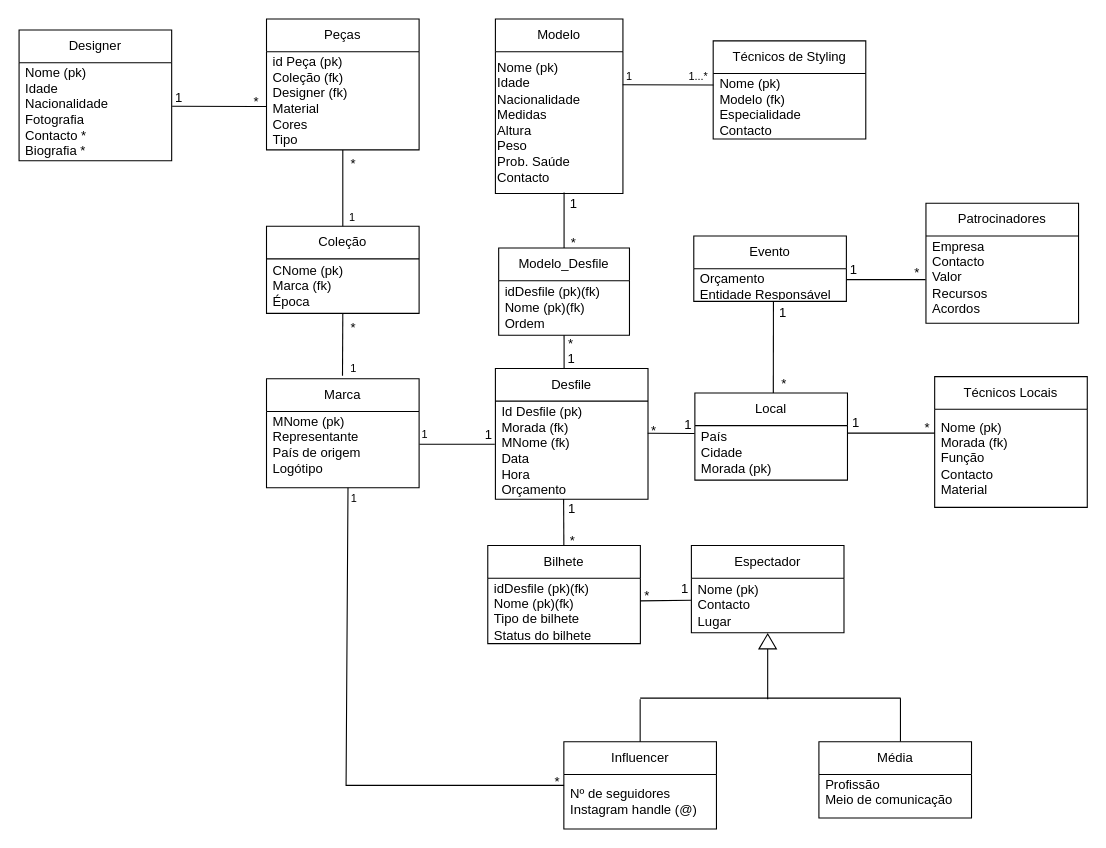
Before: uml_database.drawio in le0nor/BD2425-707, a draw.io diagram. Source tidied: cells renumbered, new cells numbered last; positions are measured from the earlier drawing's top-left corner, leaving out a move shared by most shapes. Both pictures are drawn from the tidied source at 109%, with x=0, y=0 at pixel (19, 19).
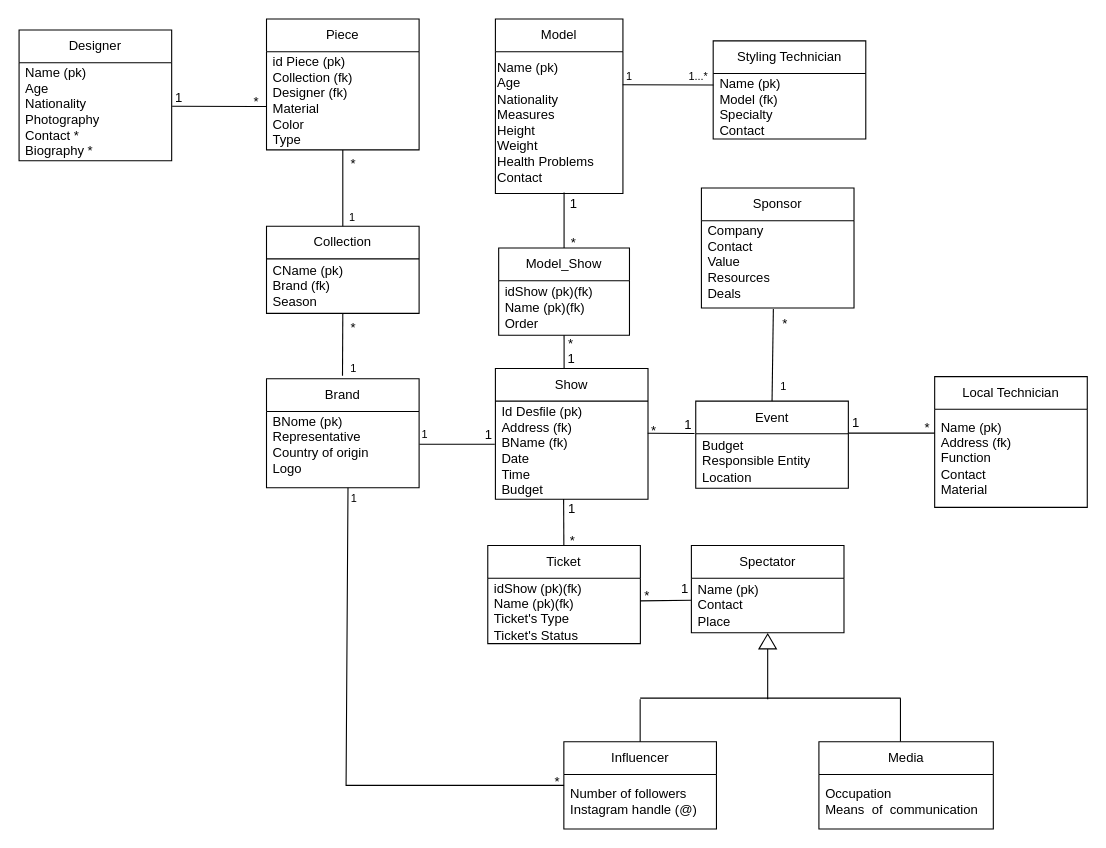
The same diagram, later.

Unchanged cells that the change refers to:
```xml
<mxCell id="10" value="Designer" style="swimlane;fontStyle=0;horizontal=1;startSize=30;whiteSpace=wrap;html=1;" parent="1" vertex="1">
  <mxGeometry y="10" width="140" height="120" as="geometry" />
</mxCell>
<mxCell id="18" value="Influencer" style="swimlane;fontStyle=0;horizontal=1;startSize=30;whiteSpace=wrap;html=1;" parent="1" vertex="1">
  <mxGeometry x="499.8" y="663" width="140" height="80" as="geometry" />
</mxCell>
```

Diff of the diagram source:
```diff
@@
-    <mxCell id="2" value="Marca" style="swimlane;fontStyle=0;horizontal=1;startSize=30;whiteSpace=wrap;html=1;" parent="1" vertex="1">
+    <mxCell id="2" value="Brand" style="swimlane;fontStyle=0;horizontal=1;startSize=30;whiteSpace=wrap;html=1;" parent="1" vertex="1">
       <mxGeometry x="227" y="330" width="140" height="100" as="geometry" />
     </mxCell>
-    <mxCell id="3" value="MNome (pk)&lt;div&gt;Representante&amp;nbsp;&lt;/div&gt;&lt;div&gt;País de origem&lt;/div&gt;&lt;div&gt;Logótipo&lt;/div&gt;&lt;div&gt;&lt;br&gt;&lt;/div&gt;" style="text;strokeColor=none;fillColor=none;align=left;verticalAlign=middle;spacingLeft=4;spacingRight=4;overflow=hidden;points=[[0,0.5],[1,0.5]];portConstraint=eastwest;whiteSpace=wrap;html=1;" parent="2" vertex="1">
+    <mxCell id="3" value="BNome (pk)&lt;div&gt;Representative&amp;nbsp;&lt;/div&gt;&lt;div&gt;Country of origin&lt;/div&gt;&lt;div&gt;Logo&lt;/div&gt;&lt;div&gt;&lt;br&gt;&lt;/div&gt;" style="text;strokeColor=none;fillColor=none;align=left;verticalAlign=middle;spacingLeft=4;spacingRight=4;overflow=hidden;points=[[0,0.5],[1,0.5]];portConstraint=eastwest;whiteSpace=wrap;html=1;" parent="2" vertex="1">
       <mxGeometry y="30" width="140" height="70" as="geometry" />
     </mxCell>
-    <mxCell id="4" value="Desfile" style="swimlane;fontStyle=0;horizontal=1;startSize=30;whiteSpace=wrap;html=1;" parent="1" vertex="1">
+    <mxCell id="4" value="Show" style="swimlane;fontStyle=0;horizontal=1;startSize=30;whiteSpace=wrap;html=1;" parent="1" vertex="1">
       <mxGeometry x="437" y="320.5" width="140" height="120" as="geometry" />
     </mxCell>
-    <mxCell id="5" value="&lt;div&gt;&lt;span style=&quot;background-color: initial;&quot;&gt;Id Desfile (pk&lt;/span&gt;&lt;span style=&quot;background-color: initial;&quot;&gt;)&lt;/span&gt;&lt;/div&gt;&lt;div&gt;&lt;span style=&quot;background-color: initial;&quot;&gt;Morada (fk)&lt;/span&gt;&lt;/div&gt;&lt;div&gt;&lt;span style=&quot;background-color: initial;&quot;&gt;MNome (fk)&lt;/span&gt;&lt;/div&gt;Data&amp;nbsp;&lt;div&gt;Hora&lt;/div&gt;&lt;div&gt;Orçamento&lt;/div&gt;" style="text;strokeColor=none;fillColor=none;align=left;verticalAlign=middle;spacingLeft=4;spacingRight=4;overflow=hidden;points=[[0,0.5],[1,0.5]];portConstraint=eastwest;whiteSpace=wrap;html=1;" parent="4" vertex="1">
+    <mxCell id="5" value="&lt;div&gt;&lt;span style=&quot;background-color: initial;&quot;&gt;Id Desfile (pk&lt;/span&gt;&lt;span style=&quot;background-color: initial;&quot;&gt;)&lt;/span&gt;&lt;/div&gt;&lt;div&gt;&lt;span style=&quot;background-color: initial;&quot;&gt;Address (fk)&lt;/span&gt;&lt;/div&gt;&lt;div&gt;&lt;span style=&quot;background-color: initial;&quot;&gt;BName (fk)&lt;/span&gt;&lt;/div&gt;Date&amp;nbsp;&lt;div&gt;Time&lt;/div&gt;&lt;div&gt;Budget&lt;/div&gt;" style="text;strokeColor=none;fillColor=none;align=left;verticalAlign=middle;spacingLeft=4;spacingRight=4;overflow=hidden;points=[[0,0.5],[1,0.5]];portConstraint=eastwest;whiteSpace=wrap;html=1;" parent="4" vertex="1">
       <mxGeometry y="30" width="140" height="90" as="geometry" />
     </mxCell>
-    <mxCell id="6" value="Coleção" style="swimlane;fontStyle=0;horizontal=1;startSize=30;whiteSpace=wrap;html=1;" parent="1" vertex="1">
+    <mxCell id="6" value="Collection" style="swimlane;fontStyle=0;horizontal=1;startSize=30;whiteSpace=wrap;html=1;" parent="1" vertex="1">
       <mxGeometry x="227" y="190" width="140" height="80" as="geometry" />
     </mxCell>
-    <mxCell id="7" value="CNome (pk)&lt;div&gt;Marca (fk)&lt;br&gt;&lt;div&gt;Época&lt;/div&gt;&lt;/div&gt;" style="text;strokeColor=none;fillColor=none;align=left;verticalAlign=middle;spacingLeft=4;spacingRight=4;overflow=hidden;whiteSpace=wrap;html=1;" parent="6" vertex="1">
+    <mxCell id="7" value="CName (pk)&lt;div&gt;Brand (fk)&lt;br&gt;&lt;div&gt;Season&lt;/div&gt;&lt;/div&gt;" style="text;strokeColor=none;fillColor=none;align=left;verticalAlign=middle;spacingLeft=4;spacingRight=4;overflow=hidden;whiteSpace=wrap;html=1;" parent="6" vertex="1">
       <mxGeometry y="30" width="140" height="50" as="geometry" />
     </mxCell>
-    <mxCell id="8" value="Peças" style="swimlane;fontStyle=0;horizontal=1;startSize=30;whiteSpace=wrap;html=1;" parent="1" vertex="1">
+    <mxCell id="8" value="Piece" style="swimlane;fontStyle=0;horizontal=1;startSize=30;whiteSpace=wrap;html=1;" parent="1" vertex="1">
       <mxGeometry x="227" width="140" height="120" as="geometry" />
     </mxCell>
-    <mxCell id="9" value="id Peça (pk)&lt;div&gt;Coleção (fk)&lt;/div&gt;&lt;div&gt;Designer (fk)&lt;br&gt;&lt;div&gt;Material&amp;nbsp;&lt;/div&gt;&lt;div&gt;Cores&amp;nbsp;&lt;/div&gt;&lt;div&gt;Tipo&lt;/div&gt;&lt;/div&gt;" style="text;strokeColor=none;fillColor=none;align=left;verticalAlign=middle;spacingLeft=4;spacingRight=4;overflow=hidden;whiteSpace=wrap;html=1;" parent="8" vertex="1">
+    <mxCell id="9" value="id Piece (pk)&lt;div&gt;Collection (fk)&lt;/div&gt;&lt;div&gt;Designer (fk)&lt;br&gt;&lt;div&gt;Material&amp;nbsp;&lt;/div&gt;&lt;div&gt;Color&lt;/div&gt;&lt;div&gt;Type&lt;/div&gt;&lt;/div&gt;" style="text;strokeColor=none;fillColor=none;align=left;verticalAlign=middle;spacingLeft=4;spacingRight=4;overflow=hidden;whiteSpace=wrap;html=1;" parent="8" vertex="1">
       <mxGeometry y="30" width="140" height="90" as="geometry" />
     </mxCell>
@@
-    <mxCell id="11" value="Nome (pk)&lt;div&gt;Idade&lt;/div&gt;&lt;div&gt;Nacionalidade&lt;/div&gt;&lt;div&gt;Fotografia&lt;/div&gt;&lt;div&gt;Contacto *&lt;/div&gt;&lt;div&gt;Biografia *&lt;/div&gt;" style="text;strokeColor=none;fillColor=none;align=left;verticalAlign=middle;spacingLeft=4;spacingRight=4;overflow=hidden;points=[[0,0.5],[1,0.5]];portConstraint=eastwest;whiteSpace=wrap;html=1;" parent="10" vertex="1">
+    <mxCell id="11" value="Name (pk)&lt;div&gt;Age&lt;/div&gt;&lt;div&gt;Nationality&lt;/div&gt;&lt;div&gt;Photography&lt;/div&gt;&lt;div&gt;Contact *&lt;/div&gt;&lt;div&gt;Biography *&lt;/div&gt;" style="text;strokeColor=none;fillColor=none;align=left;verticalAlign=middle;spacingLeft=4;spacingRight=4;overflow=hidden;points=[[0,0.5],[1,0.5]];portConstraint=eastwest;whiteSpace=wrap;html=1;" parent="10" vertex="1">
       <mxGeometry y="30" width="140" height="90" as="geometry" />
     </mxCell>
@@
-    <mxCell id="14" value="Técnicos de Styling" style="swimlane;fontStyle=0;horizontal=1;startSize=30;whiteSpace=wrap;html=1;" parent="1" vertex="1">
+    <mxCell id="14" value="Styling Technician" style="swimlane;fontStyle=0;horizontal=1;startSize=30;whiteSpace=wrap;html=1;" parent="1" vertex="1">
       <mxGeometry x="636.8" y="20" width="140" height="90" as="geometry" />
     </mxCell>
-    <mxCell id="15" value="Nome (pk)&lt;div&gt;Modelo (fk)&lt;br&gt;&lt;div&gt;Especialidade&lt;/div&gt;&lt;div&gt;Contacto&lt;/div&gt;&lt;/div&gt;" style="text;strokeColor=none;fillColor=none;align=left;verticalAlign=middle;spacingLeft=4;spacingRight=4;overflow=hidden;whiteSpace=wrap;html=1;" parent="14" vertex="1">
+    <mxCell id="15" value="Name (pk)&lt;div&gt;Model (fk)&lt;br&gt;&lt;div&gt;Specialty&lt;/div&gt;&lt;div&gt;Contact&lt;/div&gt;&lt;/div&gt;" style="text;strokeColor=none;fillColor=none;align=left;verticalAlign=middle;spacingLeft=4;spacingRight=4;overflow=hidden;whiteSpace=wrap;html=1;" parent="14" vertex="1">
       <mxGeometry y="30" width="140" height="60" as="geometry" />
     </mxCell>
@@
-    <mxCell id="19" value="&lt;div&gt;&lt;span style=&quot;background-color: initial;&quot;&gt;Nº de seguidores&lt;/span&gt;&lt;br&gt;&lt;/div&gt;&lt;div&gt;Instagram handle (@)&lt;/div&gt;" style="text;strokeColor=none;fillColor=none;align=left;verticalAlign=middle;spacingLeft=4;spacingRight=4;overflow=hidden;whiteSpace=wrap;html=1;" parent="18" vertex="1">
+    <mxCell id="19" value="&lt;div&gt;Number of followers&lt;/div&gt;&lt;div&gt;Instagram handle (@)&lt;/div&gt;" style="text;strokeColor=none;fillColor=none;align=left;verticalAlign=middle;spacingLeft=4;spacingRight=4;overflow=hidden;whiteSpace=wrap;html=1;" parent="18" vertex="1">
       <mxGeometry y="30" width="140" height="50" as="geometry" />
     </mxCell>
@@
-    <mxCell id="23" value="Média" style="swimlane;fontStyle=0;horizontal=1;startSize=30;whiteSpace=wrap;html=1;" parent="1" vertex="1">
-      <mxGeometry x="733.8" y="663" width="140" height="70" as="geometry" />
+    <mxCell id="23" value="Media" style="swimlane;fontStyle=0;horizontal=1;startSize=30;whiteSpace=wrap;html=1;" parent="1" vertex="1">
+      <mxGeometry x="733.8" y="663" width="160" height="80" as="geometry" />
     </mxCell>
-    <mxCell id="24" value="&lt;div&gt;Profissão&lt;/div&gt;&lt;div&gt;Meio de comunicação&lt;/div&gt;&lt;div&gt;&lt;div&gt;&lt;br&gt;&lt;/div&gt;&lt;/div&gt;" style="text;strokeColor=none;fillColor=none;align=left;verticalAlign=middle;spacingLeft=4;spacingRight=4;overflow=hidden;whiteSpace=wrap;html=1;" parent="23" vertex="1">
-      <mxGeometry y="30" width="140" height="40" as="geometry" />
+    <mxCell id="24" value="&lt;div&gt;Occupation&lt;/div&gt;&lt;div&gt;Means&amp;nbsp; of&amp;nbsp; communication&lt;/div&gt;" style="text;strokeColor=none;fillColor=none;align=left;verticalAlign=middle;spacingLeft=4;spacingRight=4;overflow=hidden;whiteSpace=wrap;html=1;" parent="23" vertex="1">
+      <mxGeometry y="30" width="160" height="50" as="geometry" />
     </mxCell>
-    <mxCell id="25" value="Bilhete" style="swimlane;fontStyle=0;horizontal=1;startSize=30;whiteSpace=wrap;html=1;" parent="1" vertex="1">
+    <mxCell id="25" value="Ticket" style="swimlane;fontStyle=0;horizontal=1;startSize=30;whiteSpace=wrap;html=1;" parent="1" vertex="1">
       <mxGeometry x="430" y="483" width="140" height="90" as="geometry" />
     </mxCell>
-    <mxCell id="26" value="&lt;div&gt;idDesfile (pk)(fk)&lt;/div&gt;&lt;div&gt;Nome (pk)(fk)&lt;/div&gt;&lt;div&gt;Tipo de bilhete&lt;/div&gt;&lt;div&gt;Status do bilhete&lt;/div&gt;" style="text;strokeColor=none;fillColor=none;align=left;verticalAlign=middle;spacingLeft=4;spacingRight=4;overflow=hidden;points=[[0,0.5],[1,0.5]];portConstraint=eastwest;whiteSpace=wrap;html=1;" parent="25" vertex="1">
+    <mxCell id="26" value="&lt;div&gt;idShow (pk)(fk)&lt;/div&gt;&lt;div&gt;Name (pk)(fk)&lt;/div&gt;&lt;div&gt;&lt;span style=&quot;background-color: initial;&quot;&gt;Ticket's Type&lt;/span&gt;&lt;/div&gt;&lt;div&gt;&lt;span style=&quot;background-color: initial;&quot;&gt;Ticket's Status&amp;nbsp;&lt;/span&gt;&lt;br&gt;&lt;/div&gt;" style="text;strokeColor=none;fillColor=none;align=left;verticalAlign=middle;spacingLeft=4;spacingRight=4;overflow=hidden;points=[[0,0.5],[1,0.5]];portConstraint=eastwest;whiteSpace=wrap;html=1;" parent="25" vertex="1">
       <mxGeometry y="30" width="140" height="60" as="geometry" />
     </mxCell>
-    <mxCell id="27" value="Técnicos Locais" style="swimlane;fontStyle=0;horizontal=1;startSize=30;whiteSpace=wrap;html=1;" parent="1" vertex="1">
+    <mxCell id="27" value="Local Technician" style="swimlane;fontStyle=0;horizontal=1;startSize=30;whiteSpace=wrap;html=1;" parent="1" vertex="1">
       <mxGeometry x="840" y="328" width="140" height="120" as="geometry" />
     </mxCell>
-    <mxCell id="28" value="Nome (pk)&lt;div&gt;Morada (fk)&lt;br&gt;&lt;div&gt;Função&lt;/div&gt;&lt;div&gt;Contacto&lt;/div&gt;&lt;div&gt;Material&lt;/div&gt;&lt;/div&gt;" style="text;strokeColor=none;fillColor=none;align=left;verticalAlign=middle;spacingLeft=4;spacingRight=4;overflow=hidden;whiteSpace=wrap;html=1;" parent="27" vertex="1">
+    <mxCell id="28" value="Name (pk)&lt;div&gt;Address (fk)&lt;br&gt;&lt;div&gt;Function&lt;/div&gt;&lt;div&gt;Contact&lt;/div&gt;&lt;div&gt;Material&lt;/div&gt;&lt;/div&gt;" style="text;strokeColor=none;fillColor=none;align=left;verticalAlign=middle;spacingLeft=4;spacingRight=4;overflow=hidden;whiteSpace=wrap;html=1;" parent="27" vertex="1">
       <mxGeometry y="30" width="140" height="90" as="geometry" />
     </mxCell>
-    <mxCell id="29" value="Modelo" style="swimlane;fontStyle=0;horizontal=1;startSize=30;whiteSpace=wrap;html=1;" parent="1" vertex="1">
+    <mxCell id="29" value="Model" style="swimlane;fontStyle=0;horizontal=1;startSize=30;whiteSpace=wrap;html=1;" parent="1" vertex="1">
       <mxGeometry x="437" width="117" height="160" as="geometry" />
     </mxCell>
-    <mxCell id="30" value="&lt;div style=&quot;&quot;&gt;Nome (pk)&lt;div&gt;Idade&amp;nbsp;&lt;/div&gt;&lt;div&gt;Nacionalidade&lt;/div&gt;&lt;div&gt;Medidas&lt;/div&gt;&lt;div&gt;Altura&amp;nbsp;&lt;/div&gt;&lt;div&gt;Peso&lt;/div&gt;&lt;div&gt;Prob. Saúde&lt;/div&gt;&lt;div&gt;Contacto&lt;/div&gt;&lt;/div&gt;" style="text;html=1;align=left;verticalAlign=middle;points=[];strokeColor=none;fillColor=none;" parent="29" vertex="1">
+    <mxCell id="30" value="&lt;div style=&quot;&quot;&gt;Name (pk)&lt;div&gt;Age&lt;/div&gt;&lt;div&gt;Nationality&lt;/div&gt;&lt;div&gt;Measures&lt;/div&gt;&lt;div&gt;Height&lt;/div&gt;&lt;div&gt;Weight&lt;/div&gt;&lt;div&gt;Health Problems&lt;/div&gt;&lt;div&gt;Contact&lt;/div&gt;&lt;/div&gt;" style="text;html=1;align=left;verticalAlign=middle;points=[];strokeColor=none;fillColor=none;" parent="29" vertex="1">
       <mxGeometry y="30" width="117" height="130" as="geometry" />
     </mxCell>
@@
-    <mxCell id="32" value="Espectador" style="swimlane;fontStyle=0;horizontal=1;startSize=30;whiteSpace=wrap;html=1;" parent="1" vertex="1">
+    <mxCell id="32" value="Spectator" style="swimlane;fontStyle=0;horizontal=1;startSize=30;whiteSpace=wrap;html=1;" parent="1" vertex="1">
       <mxGeometry x="616.8" y="483" width="140" height="80" as="geometry" />
     </mxCell>
-    <mxCell id="33" value="Nome (pk)&lt;div&gt;Contacto&lt;/div&gt;&lt;div&gt;Lugar&lt;/div&gt;" style="text;strokeColor=none;fillColor=none;align=left;verticalAlign=middle;spacingLeft=4;spacingRight=4;overflow=hidden;points=[[0,0.5],[1,0.5]];portConstraint=eastwest;whiteSpace=wrap;html=1;" parent="32" vertex="1">
+    <mxCell id="33" value="Name (pk)&lt;div&gt;Contact&lt;/div&gt;&lt;div&gt;Place&lt;/div&gt;" style="text;strokeColor=none;fillColor=none;align=left;verticalAlign=middle;spacingLeft=4;spacingRight=4;overflow=hidden;points=[[0,0.5],[1,0.5]];portConstraint=eastwest;whiteSpace=wrap;html=1;" parent="32" vertex="1">
       <mxGeometry y="30" width="140" height="50" as="geometry" />
     </mxCell>
@@
-    <mxCell id="51" value="Modelo_Desfile" style="swimlane;fontStyle=0;horizontal=1;startSize=30;whiteSpace=wrap;html=1;" parent="1" vertex="1">
+    <mxCell id="51" value="Model_Show" style="swimlane;fontStyle=0;horizontal=1;startSize=30;whiteSpace=wrap;html=1;" parent="1" vertex="1">
       <mxGeometry x="440" y="210" width="120" height="80" as="geometry" />
     </mxCell>
-    <mxCell id="52" value="idDesfile (pk)(fk)&lt;div&gt;Nome (pk)(fk)&lt;/div&gt;&lt;div&gt;Ordem&amp;nbsp;&lt;/div&gt;" style="text;strokeColor=none;fillColor=none;align=left;verticalAlign=middle;spacingLeft=4;spacingRight=4;overflow=hidden;whiteSpace=wrap;html=1;" parent="51" vertex="1">
+    <mxCell id="52" value="idShow (pk)(fk)&lt;div&gt;Name (pk)(fk)&lt;/div&gt;&lt;div&gt;Order&amp;nbsp;&lt;/div&gt;" style="text;strokeColor=none;fillColor=none;align=left;verticalAlign=middle;spacingLeft=4;spacingRight=4;overflow=hidden;whiteSpace=wrap;html=1;" parent="51" vertex="1">
       <mxGeometry y="30" width="120" height="50" as="geometry" />
     </mxCell>
@@
-    <mxCell id="61" style="endArrow=none;html=1;rounded=0;exitX=0.998;exitY=0.327;exitDx=0;exitDy=0;exitPerimeter=0;entryX=-0.002;entryY=0.145;entryDx=0;entryDy=0;entryPerimeter=0;" parent="1" edge="1" source="5" target="63">
-      <mxGeometry relative="1" as="geometry" />
+    <mxCell id="61" style="endArrow=none;html=1;rounded=0;exitX=0.998;exitY=0.327;exitDx=0;exitDy=0;exitPerimeter=0;entryX=-0.002;entryY=0.145;entryDx=0;entryDy=0;entryPerimeter=0;" parent="1" edge="1" source="5">
+      <mxGeometry relative="1" as="geometry">
+        <mxPoint x="619.7" y="380.2" as="targetPoint" />
+      </mxGeometry>
     </mxCell>
-    <mxCell id="62" value="Local" style="swimlane;fontStyle=0;horizontal=1;startSize=30;whiteSpace=wrap;html=1;" parent="1" vertex="1">
-      <mxGeometry x="620" y="343" width="140" height="80" as="geometry" />
-    </mxCell>
-    <mxCell id="63" value="País&lt;div&gt;Cidade&lt;/div&gt;&lt;div&gt;&lt;span style=&quot;background-color: initial;&quot;&gt;Morada (pk)&lt;/span&gt;&lt;/div&gt;" style="text;strokeColor=none;fillColor=none;align=left;verticalAlign=middle;spacingLeft=4;spacingRight=4;overflow=hidden;points=[[0,0.5],[1,0.5]];portConstraint=eastwest;whiteSpace=wrap;html=1;" parent="62" vertex="1">
-      <mxGeometry y="30" width="140" height="50" as="geometry" />
-    </mxCell>
@@
-    <mxCell id="72" value="Evento" style="swimlane;fontStyle=0;horizontal=1;startSize=30;whiteSpace=wrap;html=1;" parent="1" vertex="1">
-      <mxGeometry x="619" y="199" width="140" height="60" as="geometry" />
+    <mxCell id="72" value="Event" style="swimlane;fontStyle=0;horizontal=1;startSize=30;whiteSpace=wrap;html=1;" parent="1" vertex="1">
+      <mxGeometry x="620.8" y="350.5" width="140" height="80" as="geometry" />
     </mxCell>
-    <mxCell id="73" value="Orçamento&lt;div&gt;Entidade Responsável&lt;/div&gt;" style="text;strokeColor=none;fillColor=none;align=left;verticalAlign=middle;spacingLeft=4;spacingRight=4;overflow=hidden;points=[[0,0.5],[1,0.5]];portConstraint=eastwest;whiteSpace=wrap;html=1;" parent="72" vertex="1">
-      <mxGeometry y="30" width="140" height="30" as="geometry" />
+    <mxCell id="73" value="&lt;div&gt;Budget&lt;/div&gt;&lt;div&gt;Responsible Entity&lt;/div&gt;&lt;div&gt;Location&lt;/div&gt;" style="text;strokeColor=none;fillColor=none;align=left;verticalAlign=middle;spacingLeft=4;spacingRight=4;overflow=hidden;points=[[0,0.5],[1,0.5]];portConstraint=eastwest;whiteSpace=wrap;html=1;" parent="72" vertex="1">
+      <mxGeometry y="30" width="140" height="50" as="geometry" />
     </mxCell>
-    <mxCell id="74" style="endArrow=none;html=1;rounded=0;entryX=0.522;entryY=1.012;entryDx=0;entryDy=0;entryPerimeter=0;exitX=0.514;exitY=0;exitDx=0;exitDy=0;exitPerimeter=0;" parent="1" edge="1" source="62" target="73">
-      <mxGeometry relative="1" as="geometry" />
+    <mxCell id="74" style="endArrow=none;html=1;rounded=0;entryX=0.5;entryY=0;entryDx=0;entryDy=0;exitX=0.514;exitY=0;exitDx=0;exitDy=0;exitPerimeter=0;" parent="1" edge="1" target="72">
+      <mxGeometry relative="1" as="geometry">
+        <mxPoint x="692" y="266" as="sourcePoint" />
+      </mxGeometry>
     </mxCell>
-    <mxCell id="75" value="1" style="text;html=1;align=center;verticalAlign=middle;whiteSpace=wrap;rounded=0;" parent="1" vertex="1">
-      <mxGeometry x="700" y="269" width="1" height="1" as="geometry" />
-    </mxCell>
     <mxCell id="76" value="*" style="text;html=1;align=center;verticalAlign=middle;whiteSpace=wrap;rounded=0;" parent="1" vertex="1">
-      <mxGeometry x="701" y="333" width="1" height="4" as="geometry" />
+      <mxGeometry x="702" y="278" width="1" height="4" as="geometry" />
     </mxCell>
-    <mxCell id="77" value="Patrocinadores" style="swimlane;fontStyle=0;horizontal=1;startSize=30;whiteSpace=wrap;html=1;" parent="1" vertex="1">
-      <mxGeometry x="832" y="169" width="140" height="110" as="geometry" />
+    <mxCell id="77" value="Sponsor" style="swimlane;fontStyle=0;horizontal=1;startSize=30;whiteSpace=wrap;html=1;" parent="1" vertex="1">
+      <mxGeometry x="626" y="155" width="140" height="110" as="geometry" />
     </mxCell>
-    <mxCell id="78" value="Empresa&lt;div&gt;Contacto&lt;/div&gt;&lt;div&gt;Valor&lt;/div&gt;&lt;div&gt;Recursos&lt;/div&gt;&lt;div&gt;Acordos&lt;/div&gt;&lt;div&gt;&lt;br&gt;&lt;/div&gt;" style="text;strokeColor=none;fillColor=none;align=left;verticalAlign=middle;spacingLeft=4;spacingRight=4;overflow=hidden;whiteSpace=wrap;html=1;" parent="77" vertex="1">
+    <mxCell id="78" value="&lt;div&gt;Company&lt;/div&gt;&lt;div&gt;Contact&lt;/div&gt;&lt;div&gt;Value&lt;/div&gt;&lt;div&gt;Resources&lt;/div&gt;&lt;div style=&quot;&quot;&gt;Deals&lt;/div&gt;&lt;div&gt;&lt;br&gt;&lt;/div&gt;" style="text;strokeColor=none;fillColor=none;align=left;verticalAlign=middle;spacingLeft=4;spacingRight=4;overflow=hidden;whiteSpace=wrap;html=1;" parent="77" vertex="1">
       <mxGeometry y="30" width="140" height="80" as="geometry" />
     </mxCell>
-    <mxCell id="79" style="endArrow=none;html=1;rounded=0;entryX=-0.003;entryY=0.388;entryDx=0;entryDy=0;entryPerimeter=0;" parent="1" edge="1">
-      <mxGeometry relative="1" as="geometry">
-        <mxPoint x="759" y="239" as="sourcePoint" />
-        <mxPoint x="831.6" y="239" as="targetPoint" />
-      </mxGeometry>
-    </mxCell>
-    <mxCell id="80" value="*" style="text;html=1;align=center;verticalAlign=middle;whiteSpace=wrap;rounded=0;" parent="1" vertex="1">
-      <mxGeometry x="823" y="231" width="1" height="4" as="geometry" />
-    </mxCell>
-    <mxCell id="81" value="1" style="text;html=1;align=center;verticalAlign=middle;whiteSpace=wrap;rounded=0;" parent="1" vertex="1">
-      <mxGeometry x="765" y="228" width="1" height="4" as="geometry" />
-    </mxCell>
+    <mxCell id="82" value="&lt;font style=&quot;font-size: 10px;&quot;&gt;1&lt;/font&gt;" style="text;html=1;align=center;verticalAlign=middle;strokeColor=none;fillColor=none;" parent="1" vertex="1">
+      <mxGeometry x="686" y="322" width="30" height="30" as="geometry" />
+    </mxCell>
```
